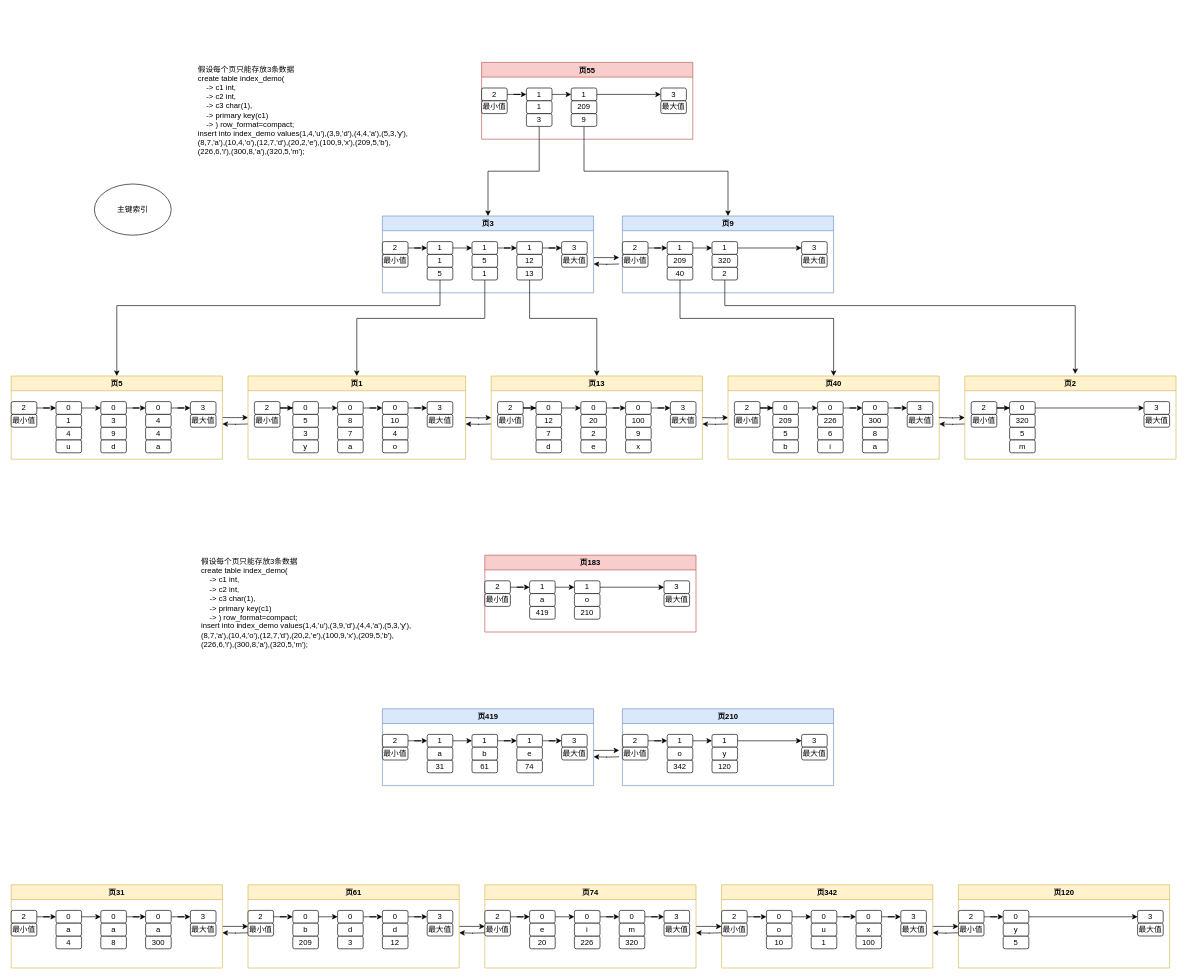
This is pagerelation.drawio from wqfgithub/drawio, a draw.io file, before an edit. Source tidied: cells renumbered, new cells numbered last; positions are measured from the earlier drawing's top-left corner, leaving out a move shared by most shapes. Both pictures are drawn from the tidied source at 64%, with x=0, y=0 at pixel (11, 62).
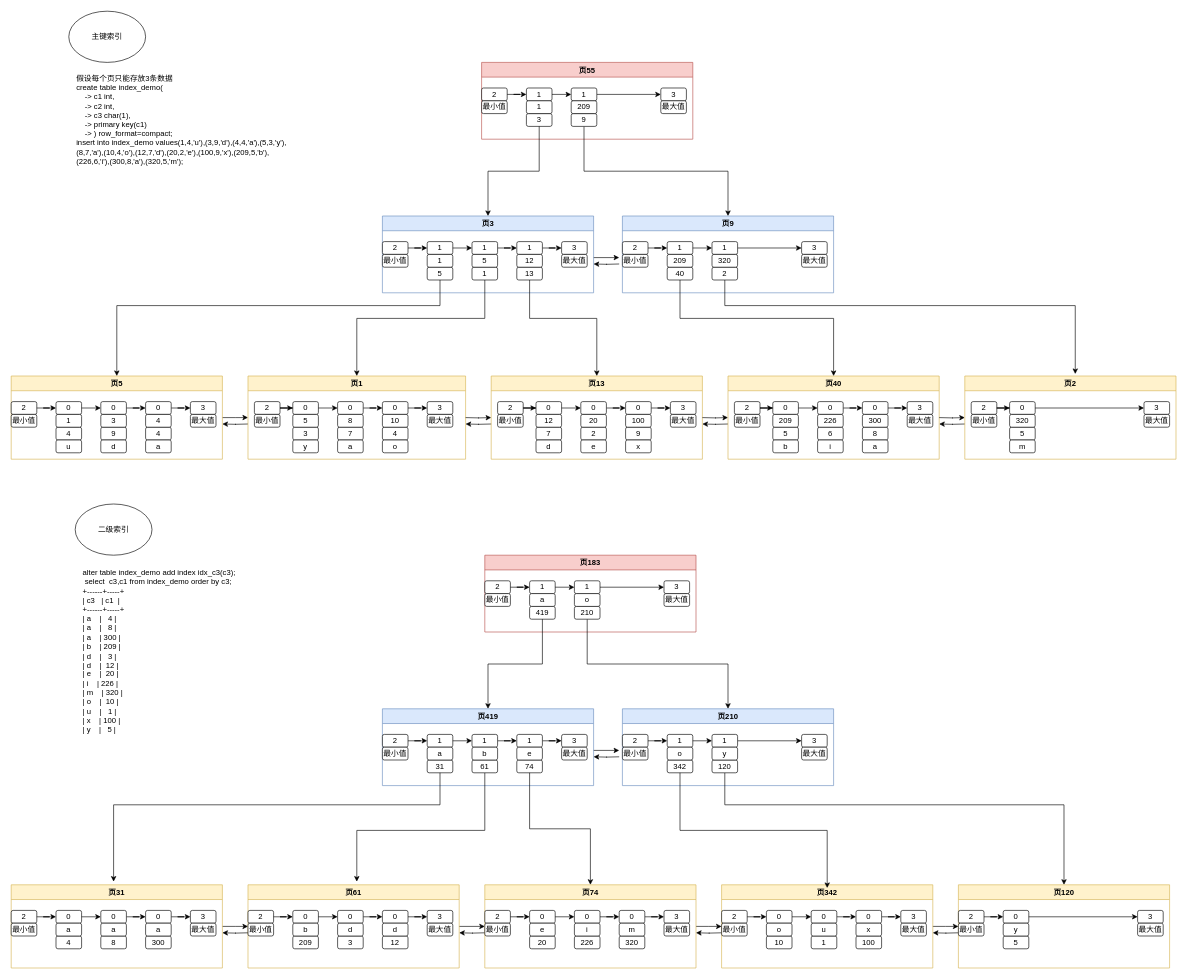
Above is the later version.

Unchanged cells that the change refers to:
```xml
<mxCell id="203" value="页74" style="swimlane;fillColor=#fff2cc;strokeColor=#d6b656;" parent="1" vertex="1">
  <mxGeometry x="740" y="1285" width="330" height="130" as="geometry" />
</mxCell>
<mxCell id="242" value="页120" style="swimlane;fillColor=#fff2cc;strokeColor=#d6b656;" parent="1" vertex="1">
  <mxGeometry x="1480" y="1285" width="330" height="130" as="geometry" />
</mxCell>
<mxCell id="253" value="页419" style="swimlane;fillColor=#dae8fc;strokeColor=#6c8ebf;" parent="1" vertex="1">
  <mxGeometry x="580" y="1010" width="330" height="120" as="geometry" />
</mxCell>
<mxCell id="255" value="31" style="rounded=1;whiteSpace=wrap;html=1;" parent="253" vertex="1">
  <mxGeometry x="70" y="80" width="40" height="20" as="geometry" />
</mxCell>
<mxCell id="258" value="74" style="rounded=1;whiteSpace=wrap;html=1;" parent="253" vertex="1">
  <mxGeometry x="210" y="80" width="40" height="20" as="geometry" />
</mxCell>
<mxCell id="268" value="61" style="rounded=1;whiteSpace=wrap;html=1;" parent="1" vertex="1">
  <mxGeometry x="720" y="1090" width="40" height="20" as="geometry" />
</mxCell>
<mxCell id="272" value="页210" style="swimlane;fillColor=#dae8fc;strokeColor=#6c8ebf;" parent="1" vertex="1">
  <mxGeometry x="955" y="1010" width="330" height="120" as="geometry" />
</mxCell>
<mxCell id="274" value="342" style="rounded=1;whiteSpace=wrap;html=1;" parent="272" vertex="1">
  <mxGeometry x="70" y="80" width="40" height="20" as="geometry" />
</mxCell>
<mxCell id="283" value="120" style="rounded=1;whiteSpace=wrap;html=1;" parent="1" vertex="1">
  <mxGeometry x="1095" y="1090" width="40" height="20" as="geometry" />
</mxCell>
<mxCell id="289" value="419" style="rounded=1;whiteSpace=wrap;html=1;" parent="287" vertex="1">
  <mxGeometry x="70" y="80" width="40" height="20" as="geometry" />
</mxCell>
<mxCell id="298" value="210" style="rounded=1;whiteSpace=wrap;html=1;" parent="1" vertex="1">
  <mxGeometry x="880" y="850" width="40" height="20" as="geometry" />
</mxCell>
```

The edit, as a diff of the source:
```diff
@@
     <mxCell id="17" value="假设每个页只能存放3条数据&lt;br&gt;&lt;div&gt;create table index_demo(&lt;/div&gt;&lt;div&gt;&amp;nbsp; &amp;nbsp; -&amp;gt; c1 int,&lt;/div&gt;&lt;div&gt;&amp;nbsp; &amp;nbsp; -&amp;gt; c2 int,&lt;/div&gt;&lt;div&gt;&amp;nbsp; &amp;nbsp; -&amp;gt; c3 char(1),&lt;/div&gt;&lt;div&gt;&amp;nbsp; &amp;nbsp; -&amp;gt; primary key(c1)&lt;/div&gt;&lt;div&gt;&amp;nbsp; &amp;nbsp; -&amp;gt; ) row_format=compact;&lt;/div&gt;&lt;div&gt;insert into index_demo values(1,4,'u'),(3,9,'d'),(4,4,'a'),(5,3,'y'),(8,7,'a'),(10,4,'o'),(12,7,'d'),(20,2,'e'),(100,9,'x'),(209,5,'b'),(226,6,'i'),(300,8,'a'),(320,5,'m');&lt;br&gt;&lt;/div&gt;" style="text;html=1;strokeColor=none;fillColor=none;align=left;verticalAlign=middle;whiteSpace=wrap;rounded=0;" parent="1" vertex="1">
-      <mxGeometry x="290" width="350" height="150" as="geometry" />
+      <mxGeometry x="100" y="15" width="350" height="150" as="geometry" />
     </mxCell>
@@
     <mxCell id="161" value="主键索引" style="ellipse;whiteSpace=wrap;html=1;align=center;" parent="1" vertex="1">
-      <mxGeometry x="130" y="190" width="120" height="80" as="geometry" />
+      <mxGeometry x="90" y="-80" width="120" height="80" as="geometry" />
     </mxCell>
@@
+    <mxCell id="301" style="edgeStyle=orthogonalEdgeStyle;rounded=0;jettySize=auto;html=1;" parent="1" edge="1" source="268">
+      <mxGeometry relative="1" as="geometry">
+        <mxPoint x="540" y="1280" as="targetPoint" />
+        <Array as="points">
+          <mxPoint x="740" y="1200" />
+          <mxPoint x="540" y="1200" />
+        </Array>
+      </mxGeometry>
+    </mxCell>
@@
+    <mxCell id="302" style="edgeStyle=orthogonalEdgeStyle;rounded=0;jettySize=auto;html=1;entryX=0.5;entryY=0;entryDx=0;entryDy=0;" parent="1" edge="1" source="283" target="242">
+      <mxGeometry relative="1" as="geometry">
+        <Array as="points">
+          <mxPoint x="1115" y="1160" />
+          <mxPoint x="1645" y="1160" />
+        </Array>
+      </mxGeometry>
+    </mxCell>
@@
-    <mxCell id="286" value="假设每个页只能存放3条数据&lt;br&gt;&lt;div&gt;create table index_demo(&lt;/div&gt;&lt;div&gt;&amp;nbsp; &amp;nbsp; -&amp;gt; c1 int,&lt;/div&gt;&lt;div&gt;&amp;nbsp; &amp;nbsp; -&amp;gt; c2 int,&lt;/div&gt;&lt;div&gt;&amp;nbsp; &amp;nbsp; -&amp;gt; c3 char(1),&lt;/div&gt;&lt;div&gt;&amp;nbsp; &amp;nbsp; -&amp;gt; primary key(c1)&lt;/div&gt;&lt;div&gt;&amp;nbsp; &amp;nbsp; -&amp;gt; ) row_format=compact;&lt;/div&gt;&lt;div&gt;insert into index_demo values(1,4,'u'),(3,9,'d'),(4,4,'a'),(5,3,'y'),(8,7,'a'),(10,4,'o'),(12,7,'d'),(20,2,'e'),(100,9,'x'),(209,5,'b'),(226,6,'i'),(300,8,'a'),(320,5,'m');&lt;br&gt;&lt;/div&gt;" style="text;html=1;strokeColor=none;fillColor=none;align=left;verticalAlign=middle;whiteSpace=wrap;rounded=0;" parent="1" vertex="1">
-      <mxGeometry x="295" y="770" width="350" height="150" as="geometry" />
+    <mxCell id="286" value="alter table index_demo add index idx_c3(c3);&lt;br&gt;&amp;nbsp;select&amp;nbsp; c3,c1 from index_demo order by c3;&lt;br&gt;&lt;div&gt;+------+-----+&lt;/div&gt;&lt;div&gt;| c3&amp;nbsp; &amp;nbsp;| c1&amp;nbsp; |&lt;/div&gt;&lt;div&gt;+------+-----+&lt;/div&gt;&lt;div&gt;| a&amp;nbsp; &amp;nbsp; |&amp;nbsp; &amp;nbsp;4 |&lt;/div&gt;&lt;div&gt;| a&amp;nbsp; &amp;nbsp; |&amp;nbsp; &amp;nbsp;8 |&lt;/div&gt;&lt;div&gt;| a&amp;nbsp; &amp;nbsp; | 300 |&lt;/div&gt;&lt;div&gt;| b&amp;nbsp; &amp;nbsp; | 209 |&lt;/div&gt;&lt;div&gt;| d&amp;nbsp; &amp;nbsp; |&amp;nbsp; &amp;nbsp;3 |&lt;/div&gt;&lt;div&gt;| d&amp;nbsp; &amp;nbsp; |&amp;nbsp; 12 |&lt;/div&gt;&lt;div&gt;| e&amp;nbsp; &amp;nbsp; |&amp;nbsp; 20 |&lt;/div&gt;&lt;div&gt;| i&amp;nbsp; &amp;nbsp; | 226 |&lt;/div&gt;&lt;div&gt;| m&amp;nbsp; &amp;nbsp; | 320 |&lt;/div&gt;&lt;div&gt;| o&amp;nbsp; &amp;nbsp; |&amp;nbsp; 10 |&lt;/div&gt;&lt;div&gt;| u&amp;nbsp; &amp;nbsp; |&amp;nbsp; &amp;nbsp;1 |&lt;/div&gt;&lt;div&gt;| x&amp;nbsp; &amp;nbsp; | 100 |&lt;/div&gt;&lt;div&gt;| y&amp;nbsp; &amp;nbsp; |&amp;nbsp; &amp;nbsp;5 |&lt;/div&gt;" style="text;html=1;strokeColor=none;fillColor=none;align=left;verticalAlign=middle;whiteSpace=wrap;rounded=0;" parent="1" vertex="1">
+      <mxGeometry x="110" y="760" width="275" height="320" as="geometry" />
     </mxCell>
@@
+    <mxCell id="303" style="edgeStyle=orthogonalEdgeStyle;rounded=0;jettySize=auto;html=1;entryX=0.5;entryY=0;entryDx=0;entryDy=0;" parent="1" edge="1" source="298" target="272">
+      <mxGeometry relative="1" as="geometry">
+        <Array as="points">
+          <mxPoint x="900" y="940" />
+          <mxPoint x="1120" y="940" />
+        </Array>
+      </mxGeometry>
+    </mxCell>
@@
+    <mxCell id="304" style="edgeStyle=orthogonalEdgeStyle;rounded=0;jettySize=auto;html=1;" parent="1" edge="1" source="255">
+      <mxGeometry relative="1" as="geometry">
+        <mxPoint x="160" y="1280" as="targetPoint" />
+        <Array as="points">
+          <mxPoint x="670" y="1160" />
+          <mxPoint x="160" y="1160" />
+        </Array>
+      </mxGeometry>
+    </mxCell>
+    <mxCell id="305" style="edgeStyle=orthogonalEdgeStyle;rounded=0;jettySize=auto;html=1;" parent="1" edge="1" source="258" target="203">
+      <mxGeometry relative="1" as="geometry" />
+    </mxCell>
+    <mxCell id="306" style="edgeStyle=orthogonalEdgeStyle;rounded=0;jettySize=auto;html=1;" parent="1" edge="1" source="274">
+      <mxGeometry relative="1" as="geometry">
+        <mxPoint x="1275" y="1290" as="targetPoint" />
+        <Array as="points">
+          <mxPoint x="1045" y="1200" />
+          <mxPoint x="1275" y="1200" />
+        </Array>
+      </mxGeometry>
+    </mxCell>
+    <mxCell id="307" style="edgeStyle=orthogonalEdgeStyle;rounded=0;jettySize=auto;html=1;" parent="1" edge="1" source="289" target="253">
+      <mxGeometry relative="1" as="geometry" />
+    </mxCell>
+    <mxCell id="308" value="二级索引" style="ellipse;whiteSpace=wrap;html=1;align=center;" parent="1" vertex="1">
+      <mxGeometry x="100" y="690" width="120" height="80" as="geometry" />
+    </mxCell>
```
